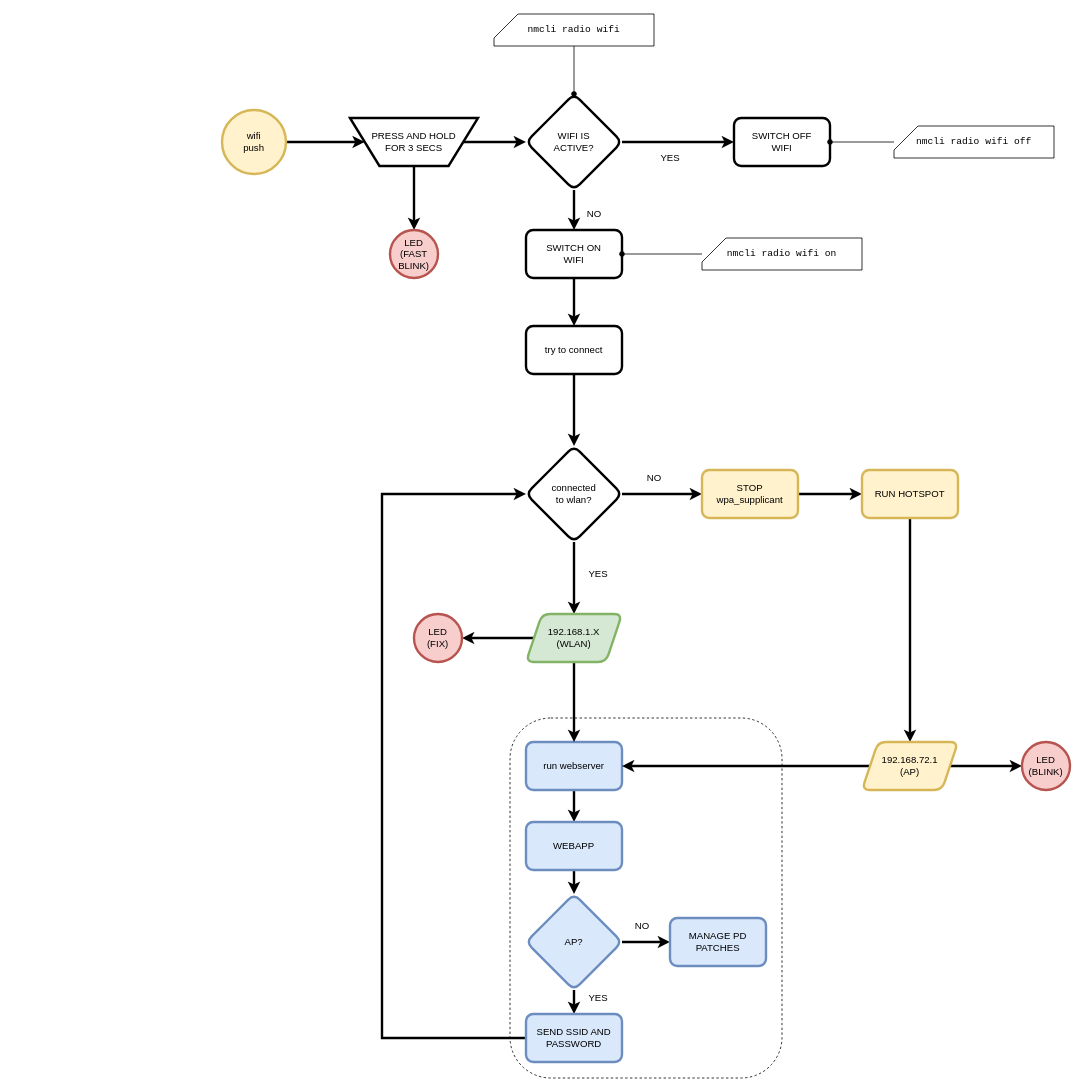
This is network_button/schema.drawio from leminrock/hardware, a draw.io file, before an edit. Source tidied: cells renumbered, new cells numbered last; positions are measured from the earlier drawing's top-left corner, leaving out a move shared by most shapes. Both pictures are drawn from the tidied source at 80%, with x=0, y=0 at pixel (222, 14).
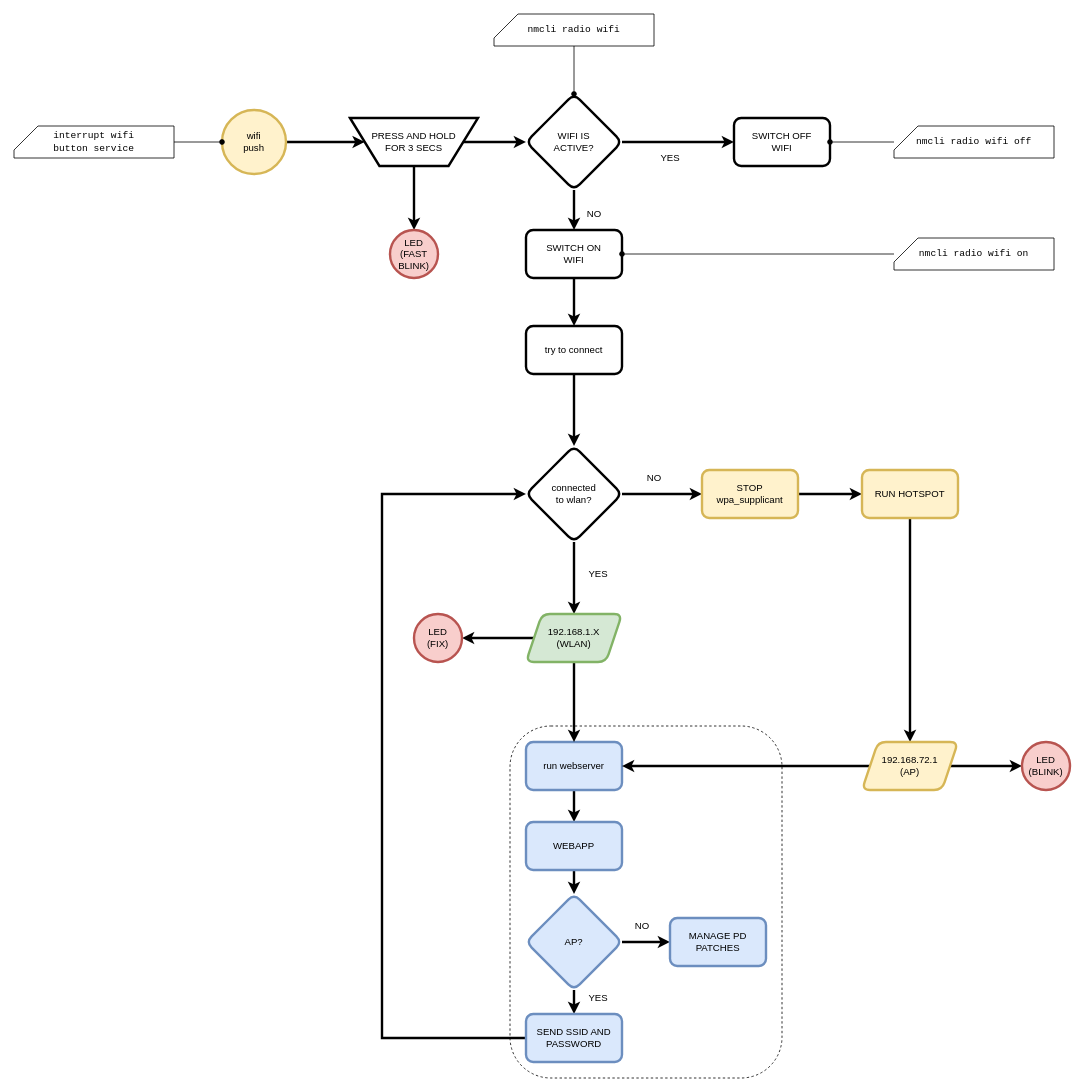
Above is the later version.

Unchanged cells that the change refers to:
```xml
<mxCell id="4" value="wifi&lt;br&gt;push" style="ellipse;whiteSpace=wrap;html=1;strokeWidth=3;fillColor=#fff2cc;strokeColor=#d6b656;" parent="1" vertex="1">
  <mxGeometry y="120" width="80" height="80" as="geometry" />
</mxCell>
```

Change to the diagram source:
```diff
@@
     <mxCell id="2" style="rounded=1;whiteSpace=wrap;html=1;strokeWidth=1;fillColor=none;dashed=1;" parent="1" vertex="1">
-      <mxGeometry x="360" y="880" width="340" height="450" as="geometry" />
+      <mxGeometry x="360" y="890" width="340" height="440" as="geometry" />
     </mxCell>
@@
     <mxCell id="51" value="&lt;pre&gt;&lt;code&gt;nmcli radio &lt;/code&gt;wifi on&lt;/pre&gt;" style="shape=card;whiteSpace=wrap;html=1;" parent="1" vertex="1">
-      <mxGeometry x="600" y="280" width="200" height="40" as="geometry" />
+      <mxGeometry x="840" y="280" width="200" height="40" as="geometry" />
     </mxCell>
@@
-    <mxCell id="53" value="&lt;pre&gt;&lt;span style=&quot;background-color: rgb(255 , 255 , 255)&quot;&gt;nmcli radio wifi&lt;/span&gt;&lt;br&gt;&lt;/pre&gt;" style="shape=card;whiteSpace=wrap;html=1;" parent="1" vertex="1">
+    <mxCell id="53" value="&lt;pre&gt;&lt;span style=&quot;background-color: rgb(255 , 255 , 255)&quot;&gt;nmcli radio wifi&lt;/span&gt;&lt;/pre&gt;" style="shape=card;whiteSpace=wrap;html=1;" parent="1" vertex="1">
       <mxGeometry x="340" width="200" height="40" as="geometry" />
     </mxCell>
+    <mxCell id="54" style="edgeStyle=orthogonalEdgeStyle;rounded=0;jettySize=auto;html=1;endArrow=oval;endFill=1;" parent="1" edge="1" source="55" target="4">
+      <mxGeometry relative="1" as="geometry" />
+    </mxCell>
+    <mxCell id="55" value="&lt;font face=&quot;monospace&quot;&gt;interrupt wifi &lt;br&gt;button service&lt;/font&gt;" style="shape=card;whiteSpace=wrap;fontFamily=Garamond;html=1;" parent="1" vertex="1">
+      <mxGeometry x="-260" y="140" width="200" height="40" as="geometry" />
+    </mxCell>
```
